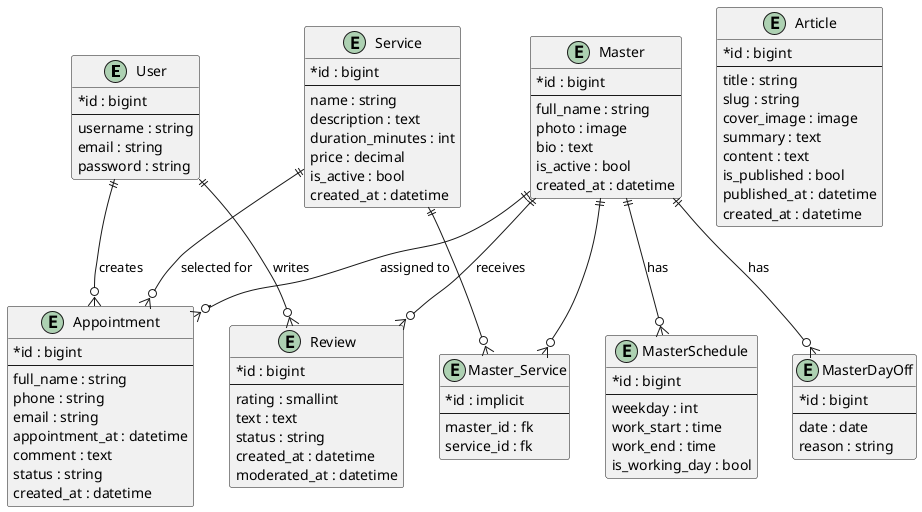
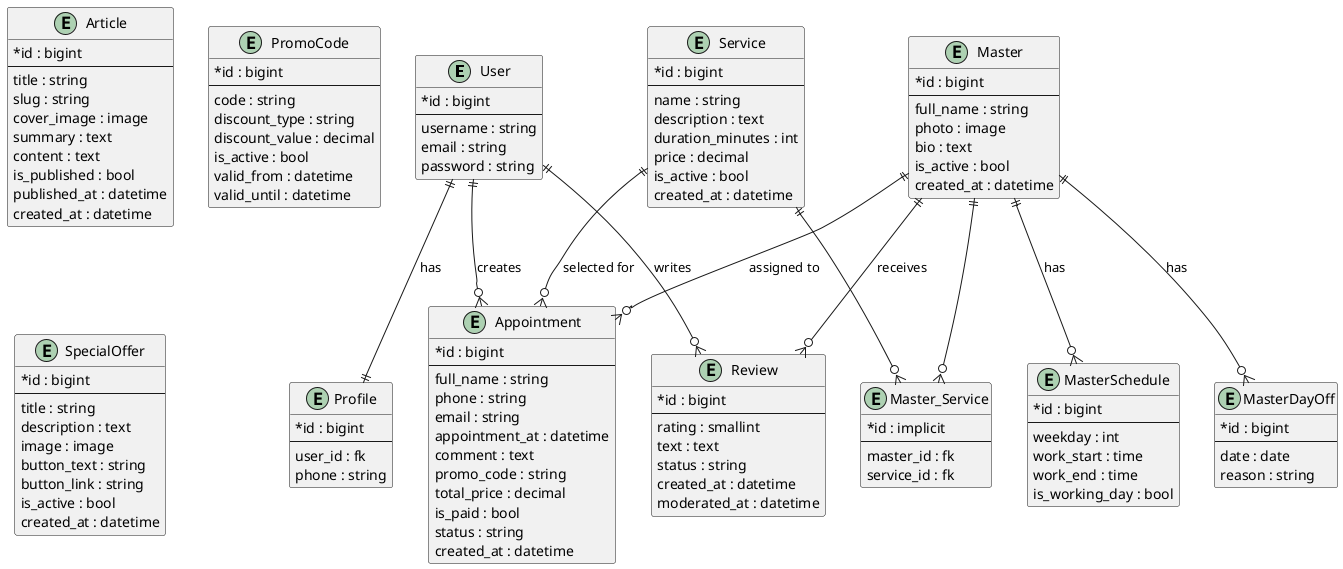
@startuml
hide methods
hide stereotypes
skinparam classAttributeIconSize 0

entity "User" as User {
  * id : bigint
  --
  username : string
  email : string
  password : string
+ }
+ 
+ entity "Profile" as Profile {
+   * id : bigint
+   --
+   user_id : fk
+   phone : string
}

entity "Service" as Service {
  * id : bigint
  --
  name : string
  description : text
  duration_minutes : int
  price : decimal
  is_active : bool
  created_at : datetime
}

entity "Master" as Master {
  * id : bigint
  --
  full_name : string
  photo : image
  bio : text
  is_active : bool
  created_at : datetime
}

entity "MasterSchedule" as MasterSchedule {
  * id : bigint
  --
  weekday : int
  work_start : time
  work_end : time
  is_working_day : bool
}

entity "MasterDayOff" as MasterDayOff {
  * id : bigint
  --
  date : date
  reason : string
}

entity "Appointment" as Appointment {
  * id : bigint
  --
  full_name : string
  phone : string
  email : string
  appointment_at : datetime
  comment : text
+   promo_code : string
+   total_price : decimal
+   is_paid : bool
  status : string
  created_at : datetime
}

entity "Review" as Review {
  * id : bigint
  --
  rating : smallint
  text : text
  status : string
  created_at : datetime
  moderated_at : datetime
}

entity "Article" as Article {
  * id : bigint
  --
  title : string
  slug : string
  cover_image : image
  summary : text
  content : text
  is_published : bool
  published_at : datetime
  created_at : datetime
}

+ entity "PromoCode" as PromoCode {
+   * id : bigint
+   --
+   code : string
+   discount_type : string
+   discount_value : decimal
+   is_active : bool
+   valid_from : datetime
+   valid_until : datetime
+ }
+ 
+ entity "SpecialOffer" as SpecialOffer {
+   * id : bigint
+   --
+   title : string
+   description : text
+   image : image
+   button_text : string
+   button_link : string
+   is_active : bool
+   created_at : datetime
+ }
+ 
entity "Master_Service" as MasterService {
  * id : implicit
  --
  master_id : fk
  service_id : fk
}

User ||--o{ Appointment : "creates"
+ User ||--|| Profile : "has"
Service ||--o{ Appointment : "selected for"
Master ||--o{ Appointment : "assigned to"

Master ||--o{ MasterSchedule : "has"
Master ||--o{ MasterDayOff : "has"

Master ||--o{ Review : "receives"
User ||--o{ Review : "writes"

Master ||--o{ MasterService
Service ||--o{ MasterService

@enduml
